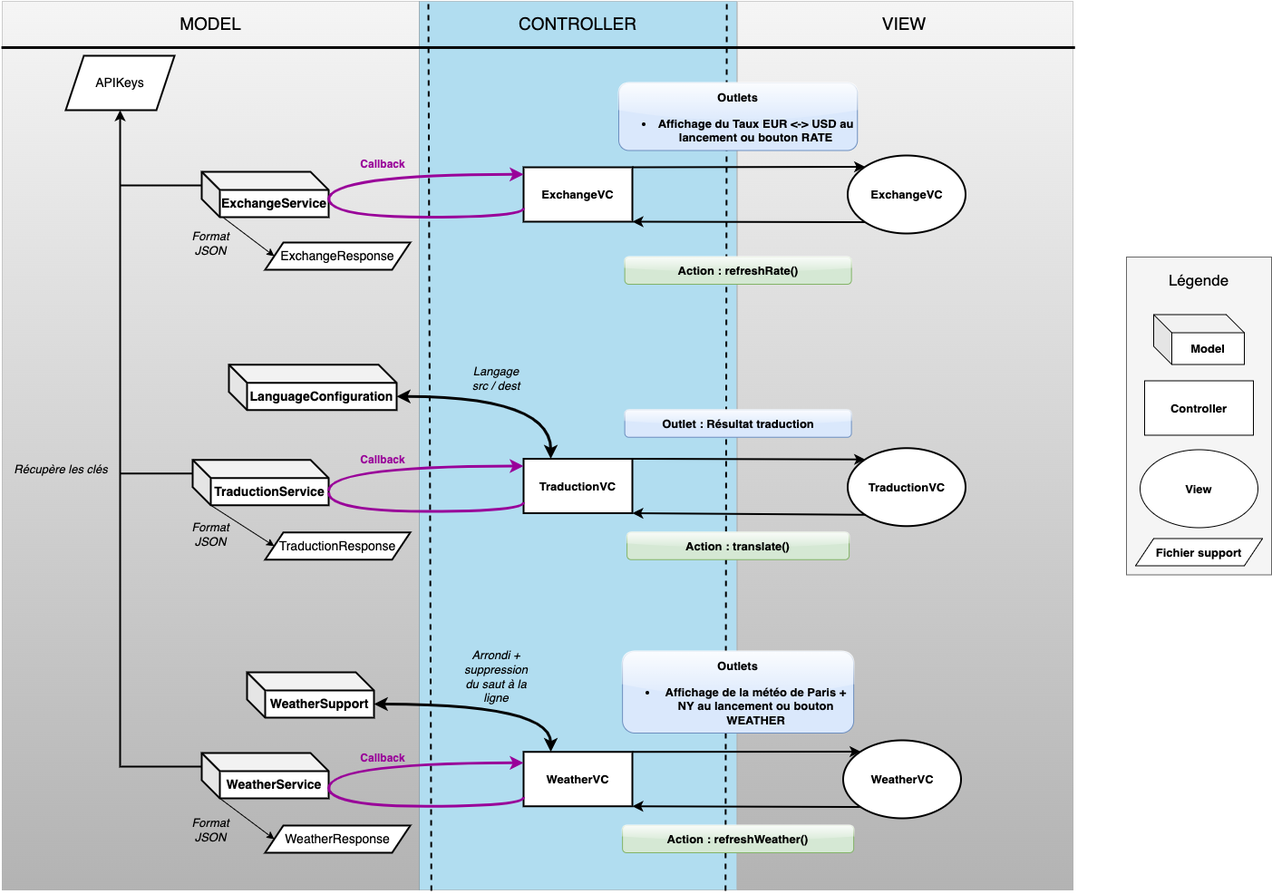
Earlier version of the draw.io export Divers/structure_mvc.png (MickaeliOS/OpenClassrooms-P9-LeBaluchon). Source tidied: cells renumbered, new cells last; positions are measured from the earlier drawing's top-left corner, leaving out a move shared by most shapes.
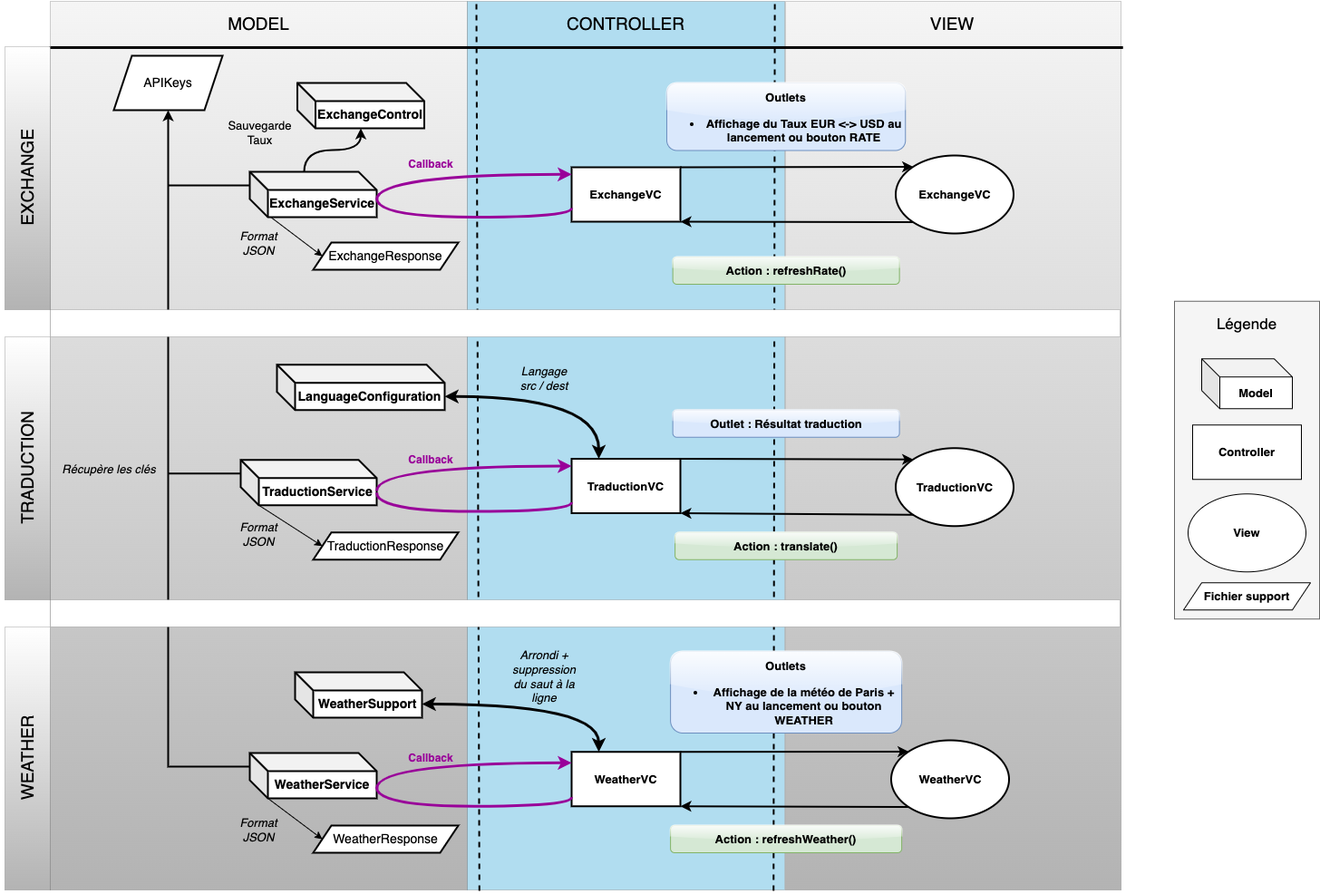
After the commit.

What changed in the source:
```diff
@@ -34,6 +34,9 @@
     <mxCell id="11" style="rounded=0;jettySize=auto;html=1;exitX=0;exitY=0;exitDx=10;exitDy=40;exitPerimeter=0;entryX=0;entryY=0.5;entryDx=0;entryDy=0;" parent="1" edge="1" source="12" target="48">
       <mxGeometry relative="1" as="geometry" />
     </mxCell>
+    <mxCell id="67" style="edgeStyle=orthogonalEdgeStyle;curved=1;rounded=0;jettySize=auto;html=1;exitX=0;exitY=0;exitDx=60;exitDy=0;exitPerimeter=0;strokeColor=#000000;strokeWidth=2;fontSize=13;fontColor=#000000;startArrow=none;startFill=0;" parent="1" edge="1" source="12" target="68">
+      <mxGeometry relative="1" as="geometry" />
+    </mxCell>
     <mxCell id="12" value="ExchangeService" style="shape=cube;whiteSpace=wrap;html=1;boundedLbl=1;backgroundOutline=1;darkOpacity=0.05;darkOpacity2=0.1;fontStyle=1;fontSize=14;strokeWidth=2;" parent="1" vertex="1">
       <mxGeometry x="220" y="188" width="140" height="50" as="geometry" />
     </mxCell>
@@ -156,22 +159,22 @@
       <mxGeometry x="290" y="909" width="160" height="30" as="geometry" />
     </mxCell>
     <mxCell id="51" style="rounded=0;whiteSpace=wrap;html=1;shadow=0;glass=0;labelBackgroundColor=none;sketch=0;fillStyle=auto;strokeColor=#666666;strokeWidth=1;fontSize=13;fontColor=#333333;fillColor=#f5f5f5;" parent="1" vertex="1">
-      <mxGeometry x="1240" y="282" width="160" height="350.5" as="geometry" />
+      <mxGeometry x="1240" y="330.8" width="160" height="350.5" as="geometry" />
     </mxCell>
     <mxCell id="52" value="Model" style="shape=cube;whiteSpace=wrap;html=1;boundedLbl=1;backgroundOutline=1;darkOpacity=0.05;darkOpacity2=0.1;fontSize=13;fontStyle=1;" parent="1" vertex="1">
-      <mxGeometry x="1270" y="345.5" width="100" height="55" as="geometry" />
+      <mxGeometry x="1270" y="394.2" width="100" height="55" as="geometry" />
     </mxCell>
     <mxCell id="53" value="Controller" style="rounded=0;whiteSpace=wrap;html=1;fontSize=13;fontStyle=1;" parent="1" vertex="1">
-      <mxGeometry x="1260" y="418.5" width="120" height="60" as="geometry" />
+      <mxGeometry x="1260" y="467.2" width="120" height="60" as="geometry" />
     </mxCell>
     <mxCell id="54" value="View" style="ellipse;whiteSpace=wrap;html=1;fontSize=13;fontStyle=1;" parent="1" vertex="1">
-      <mxGeometry x="1255" y="494.5" width="130" height="86" as="geometry" />
+      <mxGeometry x="1255" y="543.2" width="130" height="86" as="geometry" />
     </mxCell>
     <mxCell id="55" value="Fichier support" style="shape=parallelogram;perimeter=parallelogramPerimeter;whiteSpace=wrap;html=1;fixedSize=1;fontSize=13;fontStyle=1;" parent="1" vertex="1">
-      <mxGeometry x="1250" y="592.5" width="140" height="30" as="geometry" />
+      <mxGeometry x="1250" y="641.2" width="140" height="30" as="geometry" />
     </mxCell>
     <mxCell id="56" value="Légende" style="text;html=1;strokeColor=none;fillColor=none;align=center;verticalAlign=middle;whiteSpace=wrap;rounded=0;shadow=0;glass=0;labelBackgroundColor=none;sketch=0;fillStyle=auto;strokeWidth=1;fontSize=17;fontColor=#000000;" parent="1" vertex="1">
-      <mxGeometry x="1290" y="292.5" width="60" height="30" as="geometry" />
+      <mxGeometry x="1290" y="341.2" width="60" height="30" as="geometry" />
     </mxCell>
     <mxCell id="57" style="endArrow=none;html=1;rounded=0;strokeColor=#990099;entryX=0;entryY=0;entryDx=130;entryDy=35;entryPerimeter=0;strokeWidth=3;edgeStyle=orthogonalEdgeStyle;curved=1;" parent="1" edge="1">
       <mxGeometry relative="1" as="geometry">
@@ -245,5 +248,35 @@
         </Array>
       </mxGeometry>
     </mxCell>
+    <mxCell id="68" value="ExchangeControl" style="shape=cube;whiteSpace=wrap;html=1;boundedLbl=1;backgroundOutline=1;darkOpacity=0.05;darkOpacity2=0.1;fontStyle=1;fontSize=14;strokeWidth=2;" parent="1" vertex="1">
+      <mxGeometry x="272.5" y="90" width="140" height="50" as="geometry" />
+    </mxCell>
+    <mxCell id="69" value="Sauvegarde Taux" style="text;html=1;strokeColor=none;fillColor=none;align=center;verticalAlign=middle;whiteSpace=wrap;rounded=0;shadow=0;glass=0;labelBackgroundColor=none;sketch=0;fillStyle=auto;strokeWidth=0;fontSize=13;fontColor=#000000;" parent="1" vertex="1">
+      <mxGeometry x="190" y="120" width="82.5" height="50" as="geometry" />
+    </mxCell>
+    <mxCell id="70" style="rounded=0;whiteSpace=wrap;html=1;shadow=0;glass=0;labelBackgroundColor=none;sketch=0;fillStyle=auto;strokeWidth=0;fontSize=13;" parent="1" vertex="1">
+      <mxGeometry y="340" width="1180" height="30" as="geometry" />
+    </mxCell>
+    <mxCell id="71" style="rounded=0;whiteSpace=wrap;html=1;shadow=0;glass=0;labelBackgroundColor=none;sketch=0;fillStyle=auto;strokeWidth=0;fontSize=13;" parent="1" vertex="1">
+      <mxGeometry y="660" width="1180" height="30" as="geometry" />
+    </mxCell>
+    <mxCell id="72" style="rounded=0;whiteSpace=wrap;html=1;shadow=0;glass=0;labelBackgroundColor=none;sketch=0;fillStyle=auto;strokeColor=#000000;strokeWidth=0;fontSize=13;fontColor=#000000;fillColor=default;gradientColor=#B3B3B3;" parent="1" vertex="1">
+      <mxGeometry x="-50" y="50" width="50" height="290" as="geometry" />
+    </mxCell>
+    <mxCell id="73" style="rounded=0;whiteSpace=wrap;html=1;shadow=0;glass=0;labelBackgroundColor=none;sketch=0;fillStyle=auto;strokeColor=#000000;strokeWidth=0;fontSize=13;fontColor=#000000;fillColor=default;gradientColor=#B3B3B3;" parent="1" vertex="1">
+      <mxGeometry x="-50" y="370" width="50" height="290" as="geometry" />
+    </mxCell>
+    <mxCell id="74" style="rounded=0;whiteSpace=wrap;html=1;shadow=0;glass=0;labelBackgroundColor=none;sketch=0;fillStyle=auto;strokeColor=#000000;strokeWidth=0;fontSize=13;fontColor=#000000;fillColor=default;gradientColor=#B3B3B3;" parent="1" vertex="1">
+      <mxGeometry x="-50" y="690" width="50" height="290" as="geometry" />
+    </mxCell>
+    <mxCell id="75" value="EXCHANGE" style="text;html=1;strokeColor=none;fillColor=none;align=center;verticalAlign=middle;whiteSpace=wrap;rounded=0;shadow=0;glass=0;labelBackgroundColor=none;sketch=0;fillStyle=auto;strokeWidth=0;fontSize=19;fontColor=#000000;rotation=-90;" parent="1" vertex="1">
+      <mxGeometry x="-72.5" y="165" width="95" height="60" as="geometry" />
+    </mxCell>
+    <mxCell id="76" value="TRADUCTION" style="text;html=1;strokeColor=none;fillColor=none;align=center;verticalAlign=middle;whiteSpace=wrap;rounded=0;shadow=0;glass=0;labelBackgroundColor=none;sketch=0;fillStyle=auto;strokeWidth=0;fontSize=19;fontColor=#000000;rotation=-90;" parent="1" vertex="1">
+      <mxGeometry x="-72.5" y="485" width="95" height="60" as="geometry" />
+    </mxCell>
+    <mxCell id="77" value="WEATHER" style="text;html=1;strokeColor=none;fillColor=none;align=center;verticalAlign=middle;whiteSpace=wrap;rounded=0;shadow=0;glass=0;labelBackgroundColor=none;sketch=0;fillStyle=auto;strokeWidth=0;fontSize=19;fontColor=#000000;rotation=-90;" parent="1" vertex="1">
+      <mxGeometry x="-72.5" y="805" width="95" height="60" as="geometry" />
+    </mxCell>
   </root>
 </mxGraphModel>
```
